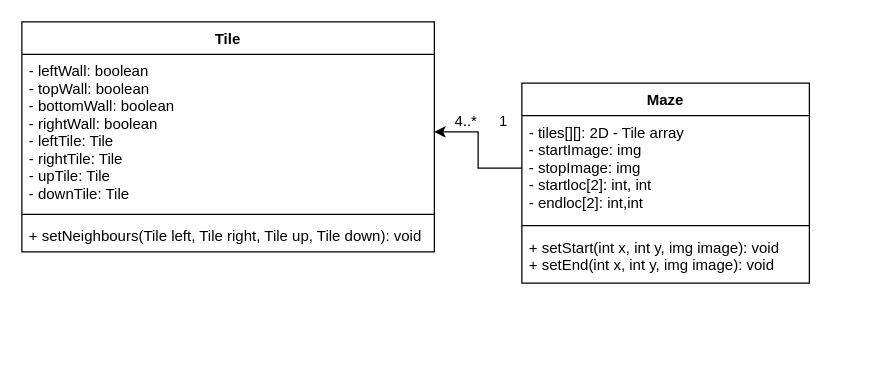
Before: Documentation/ClassUML.drawio in CAB302-Assessment-Group/AssessmentTask, a draw.io diagram. Source tidied: cells renumbered, new cells numbered last; positions are measured from the earlier drawing's top-left corner, leaving out a move shared by most shapes. Both pictures are drawn from the tidied source at 125%, with x=0, y=0 at pixel (21, 21).
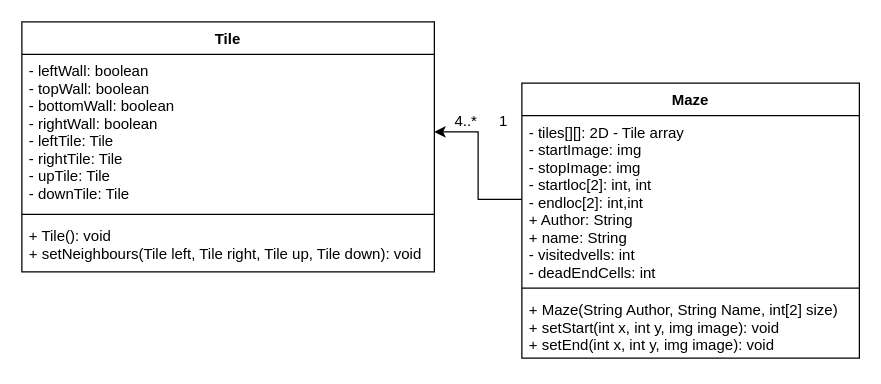
Above is the later version.

What changed in the source:
```diff
@@
 <mxGraphModel>
   <root>
     <mxCell id="0" />
     <mxCell id="1" parent="0" />
     <mxCell id="2" value="Tile" style="swimlane;fontStyle=1;align=center;verticalAlign=top;horizontal=1;startSize=26;" parent="1" vertex="1">
-      <mxGeometry width="330" height="184" as="geometry" />
+      <mxGeometry width="330" height="200" as="geometry" />
     </mxCell>
     <mxCell id="3" value="- leftWall: boolean&#10;- topWall: boolean&#10;- bottomWall: boolean&#10;- rightWall: boolean&#10;- leftTile: Tile&#10;- rightTile: Tile&#10;- upTile: Tile&#10;- downTile: Tile" style="text;strokeColor=none;fillColor=none;align=left;verticalAlign=top;spacingLeft=4;spacingRight=4;overflow=hidden;points=[[0,0.5],[1,0.5]];portConstraint=eastwest;" parent="2" vertex="1">
       <mxGeometry y="26" width="330" height="124" as="geometry" />
     </mxCell>
     <mxCell id="4" style="line;strokeWidth=1;fillColor=none;align=left;verticalAlign=middle;spacingTop=-1;spacingLeft=3;spacingRight=3;labelPosition=right;" parent="2" vertex="1">
       <mxGeometry y="150" width="330" height="8" as="geometry" />
     </mxCell>
-    <mxCell id="5" value="+ setNeighbours(Tile left, Tile right, Tile up, Tile down): void&#10;" style="text;strokeColor=none;fillColor=none;align=left;verticalAlign=top;spacingLeft=4;spacingRight=4;overflow=hidden;" parent="2" vertex="1">
-      <mxGeometry y="158" width="330" height="26" as="geometry" />
+    <mxCell id="5" value="+ Tile(): void&#10;+ setNeighbours(Tile left, Tile right, Tile up, Tile down): void&#10;" style="text;strokeColor=none;fillColor=none;align=left;verticalAlign=top;spacingLeft=4;spacingRight=4;overflow=hidden;" parent="2" vertex="1">
+      <mxGeometry y="158" width="330" height="42" as="geometry" />
     </mxCell>
     <mxCell id="6" value="Maze" style="swimlane;fontStyle=1;align=center;verticalAlign=top;horizontal=1;startSize=26;" parent="1" vertex="1">
-      <mxGeometry x="400" y="49" width="230" height="160" as="geometry" />
+      <mxGeometry x="400" y="49" width="270" height="220" as="geometry" />
     </mxCell>
-    <mxCell id="7" value="- tiles[][]: 2D - Tile array&#10;- startImage: img&#10;- stopImage: img&#10;- startloc[2]: int, int &#10;- endloc[2]: int,int" style="text;strokeColor=none;fillColor=none;align=left;verticalAlign=top;spacingLeft=4;spacingRight=4;overflow=hidden;points=[[0,0.5],[1,0.5]];portConstraint=eastwest;" parent="6" vertex="1">
-      <mxGeometry y="26" width="230" height="84" as="geometry" />
+    <mxCell id="7" value="- tiles[][]: 2D - Tile array&#10;- startImage: img&#10;- stopImage: img&#10;- startloc[2]: int, int &#10;- endloc[2]: int,int&#10;+ Author: String&#10;+ name: String&#10;- visitedvells: int&#10;- deadEndCells: int" style="text;strokeColor=none;fillColor=none;align=left;verticalAlign=top;spacingLeft=4;spacingRight=4;overflow=hidden;points=[[0,0.5],[1,0.5]];portConstraint=eastwest;" parent="6" vertex="1">
+      <mxGeometry y="26" width="270" height="134" as="geometry" />
     </mxCell>
     <mxCell id="8" style="line;strokeWidth=1;fillColor=none;align=left;verticalAlign=middle;spacingTop=-1;spacingLeft=3;spacingRight=3;labelPosition=right;" parent="6" vertex="1">
-      <mxGeometry y="110" width="230" height="8" as="geometry" />
+      <mxGeometry y="160" width="270" height="8" as="geometry" />
     </mxCell>
-    <mxCell id="9" value="+ setStart(int x, int y, img image): void&#10;+ setEnd(int x, int y, img image): void" style="text;strokeColor=none;fillColor=none;align=left;verticalAlign=top;spacingLeft=4;spacingRight=4;overflow=hidden;" parent="6" vertex="1">
-      <mxGeometry y="118" width="230" height="42" as="geometry" />
+    <mxCell id="9" value="+ Maze(String Author, String Name, int[2] size)&#10;+ setStart(int x, int y, img image): void&#10;+ setEnd(int x, int y, img image): void" style="text;strokeColor=none;fillColor=none;align=left;verticalAlign=top;spacingLeft=4;spacingRight=4;overflow=hidden;" parent="6" vertex="1">
+      <mxGeometry y="168" width="270" height="52" as="geometry" />
     </mxCell>
     <mxCell id="10" style="edgeStyle=orthogonalEdgeStyle;rounded=0;jettySize=auto;html=1;exitX=0;exitY=0.5;exitDx=0;exitDy=0;entryX=1;entryY=0.5;entryDx=0;entryDy=0;" parent="1" edge="1" source="7" target="3">
       <mxGeometry relative="1" as="geometry" />
     </mxCell>
     <mxCell id="11" value="1" style="text;html=1;align=center;verticalAlign=middle;strokeColor=none;fillColor=none;" parent="1" vertex="1">
       <mxGeometry x="375" y="70" width="20" height="20" as="geometry" />
     </mxCell>
     <mxCell id="12" value="4..*" style="text;html=1;align=center;verticalAlign=middle;strokeColor=none;fillColor=none;" parent="1" vertex="1">
       <mxGeometry x="340" y="70" width="30" height="20" as="geometry" />
     </mxCell>
   </root>
 </mxGraphModel>
```
